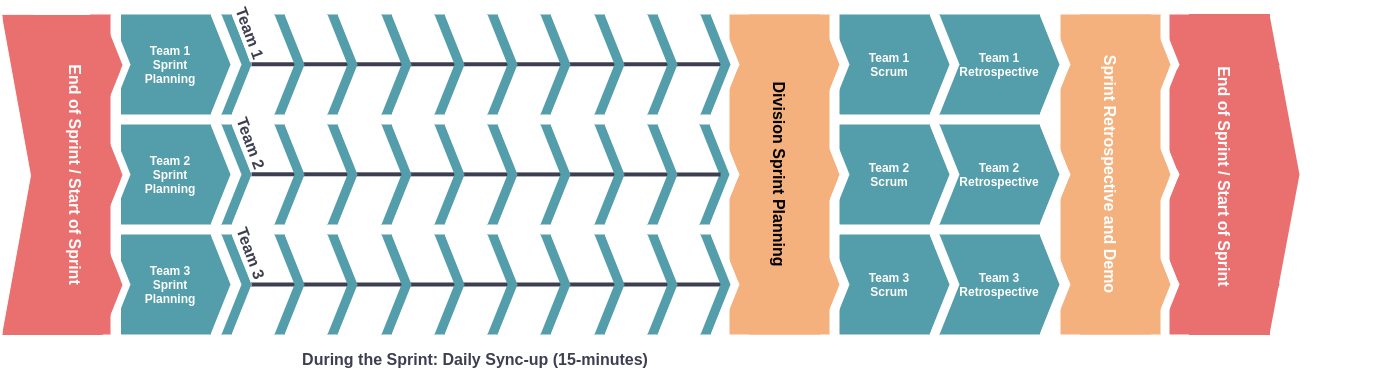
The draw.io diagram sprint_process.drawio.png in packbackbooks/engineering-docs, before a commit. Source tidied: cells renumbered, new cells last; positions are measured from the earlier drawing's top-left corner, leaving out a move shared by most shapes.
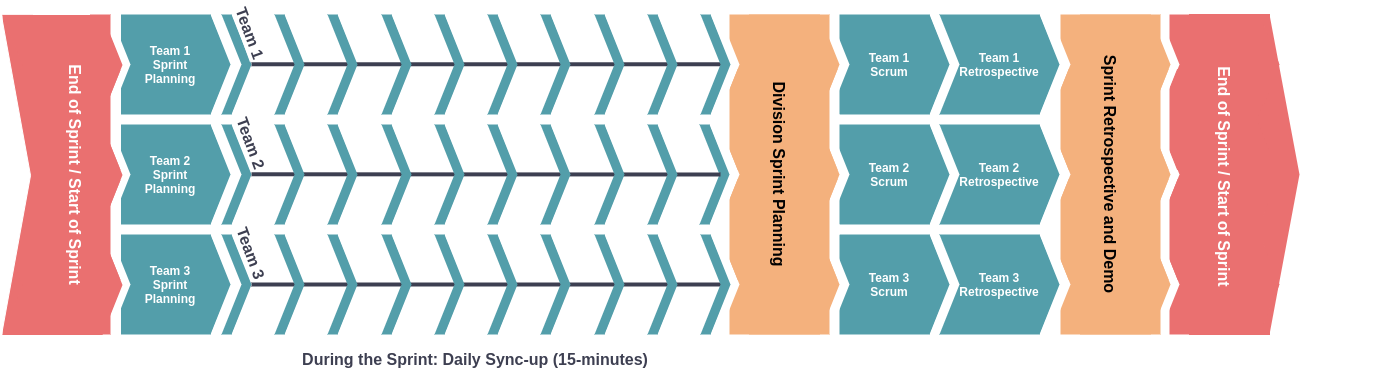
The same file after the commit.

Commit message:
MGMT-51 Fix a few things

Change to the diagram source:
```diff
@@ -65,7 +65,7 @@
     <mxCell id="22" style="rounded=0;whiteSpace=wrap;html=1;strokeColor=none;strokeWidth=1;fillColor=#F4B17D;" parent="14" vertex="1">
       <mxGeometry x="30" width="80" height="320" as="geometry" />
     </mxCell>
-    <mxCell id="23" value="&lt;b&gt;&lt;font style=&quot;font-size: 16px&quot; color=&quot;#ffffff&quot;&gt;Sprint Retrospective and Demo&lt;/font&gt;&lt;/b&gt;" style="text;html=1;strokeColor=none;fillColor=none;align=center;verticalAlign=middle;whiteSpace=wrap;rounded=0;rotation=90;" parent="14" vertex="1">
+    <mxCell id="23" value="&lt;b&gt;&lt;font style=&quot;font-size: 16px&quot;&gt;Sprint Retrospective and Demo&lt;/font&gt;&lt;/b&gt;" style="text;html=1;strokeColor=none;fillColor=none;align=center;verticalAlign=middle;whiteSpace=wrap;rounded=0;rotation=90;fontColor=#000000;" parent="14" vertex="1">
       <mxGeometry x="-65" y="145" width="250" height="30" as="geometry" />
     </mxCell>
     <mxCell id="24" style="group;" parent="1" vertex="1">
```
